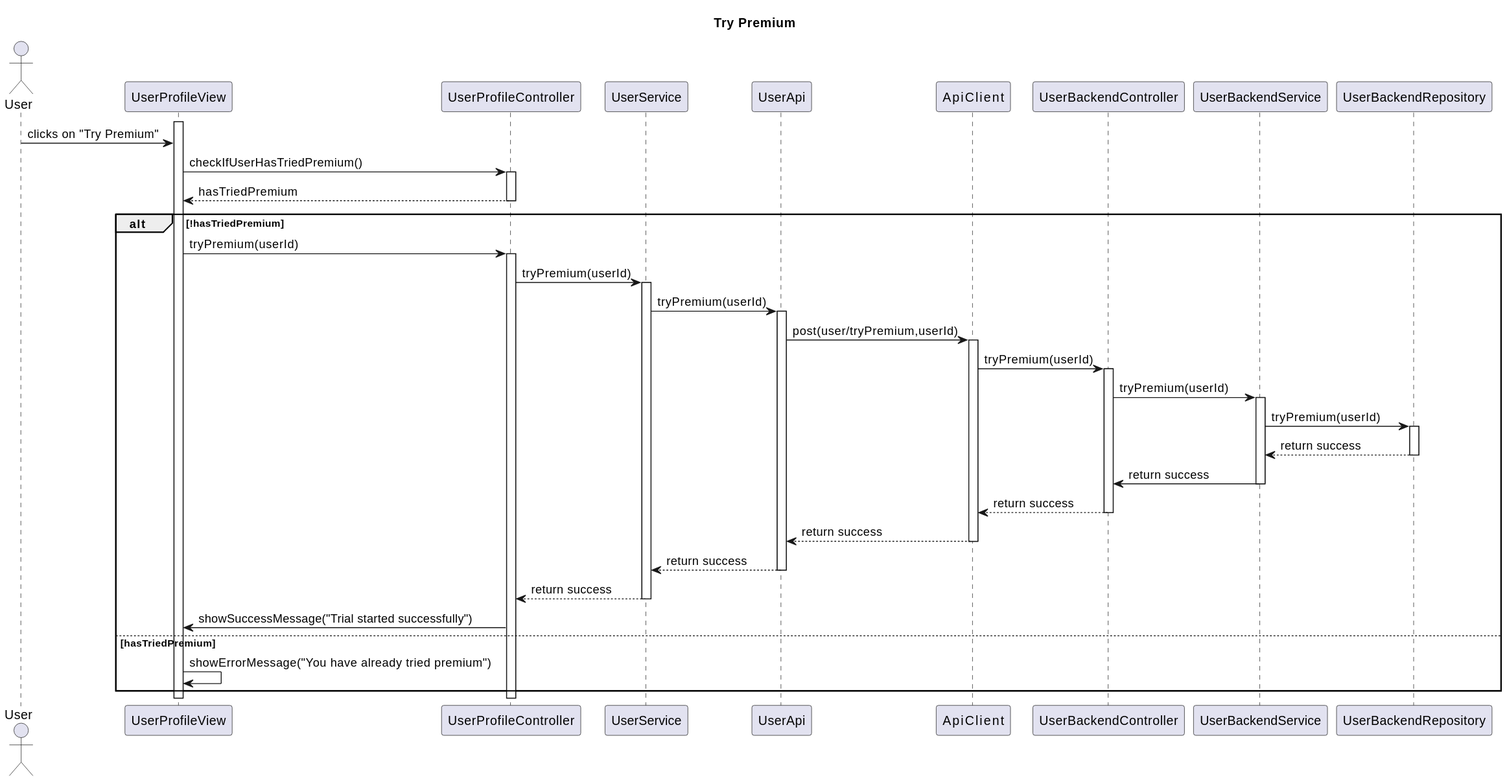
Before: Paradoteo_4/SequenceDiagrams-v0.3/TryPremium.svg, a diagram exported from PlantUML (RubenKingCP/Tunix).
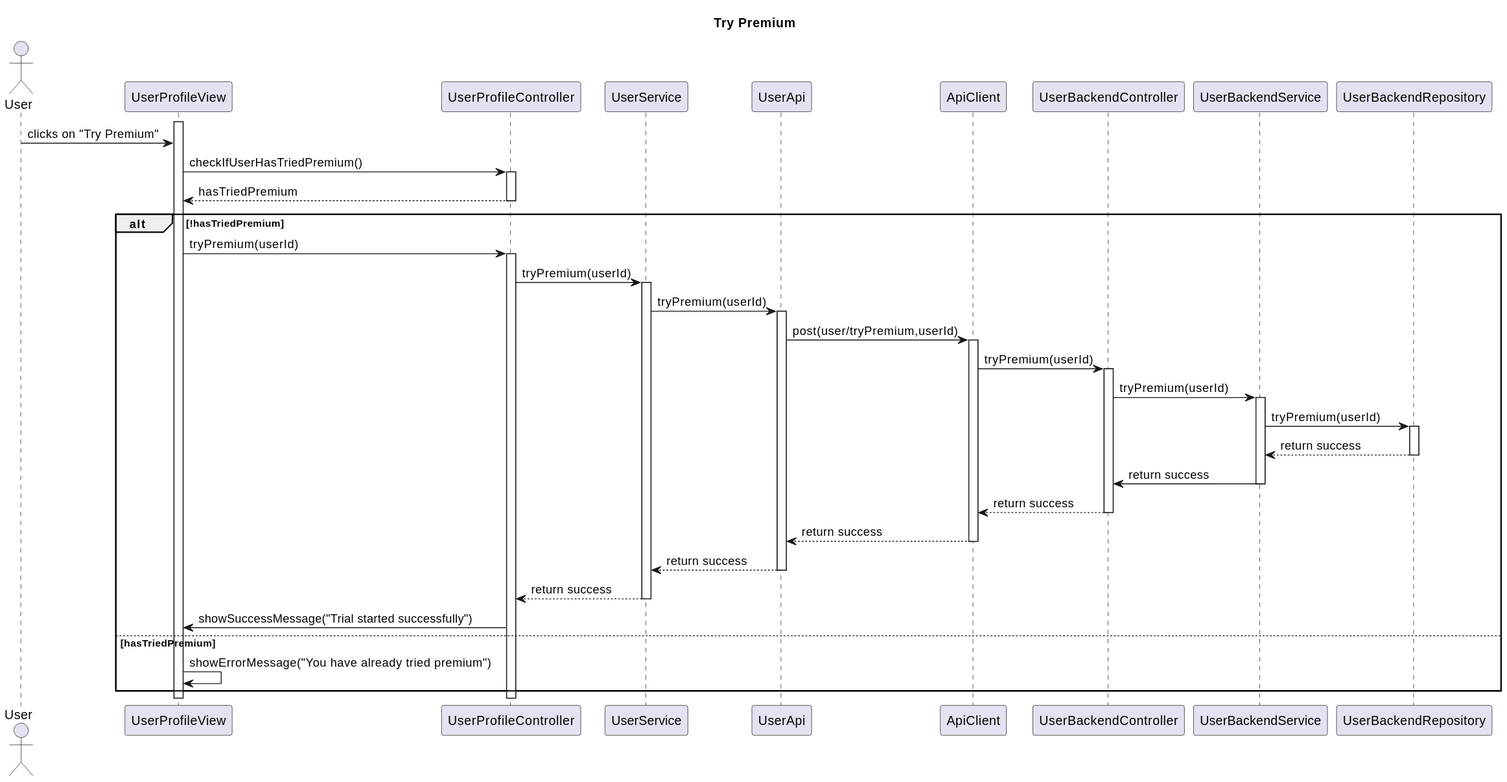
Later version of the same file.

The edit, as a diff of the source:
```diff
@@ -7,7 +7,7 @@
 participant UserProfileController
 participant UserService
 participant UserApi
-participant ApiService
+participant ApiClient
 participant UserBackendController
 participant UserBackendService
 participant UserBackendRepository
@@ -26,9 +26,9 @@
 activate UserService
 UserService -> UserApi : tryPremium(userId)
 activate UserApi
-UserApi -> ApiService : post(user/tryPremium,userId)
-activate ApiService
-ApiService -> UserBackendController : tryPremium(userId)
+UserApi -> ApiClient : post(user/tryPremium,userId)
+activate ApiClient
+ApiClient -> UserBackendController : tryPremium(userId)
 activate UserBackendController
 UserBackendController -> UserBackendService : tryPremium(userId)
 activate UserBackendService
@@ -38,10 +38,10 @@
 deactivate UserBackendRepository
 UserBackendService -> UserBackendController : return success
 deactivate UserBackendService
-UserBackendController --> ApiService : return success
+UserBackendController --> ApiClient : return success
 deactivate UserBackendController
-ApiService --> UserApi : return success
-deactivate ApiService
+ApiClient --> UserApi : return success
+deactivate ApiClient
 UserApi --> UserService : return success
 deactivate UserApi
 UserService --> UserProfileController : return success
```
